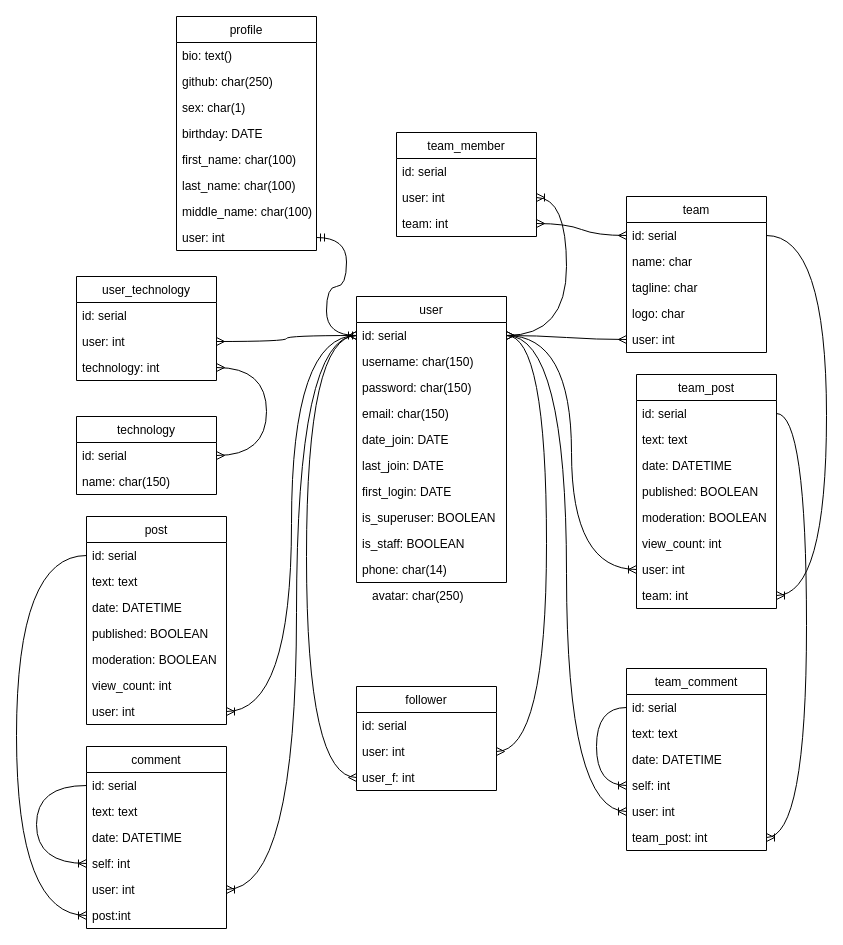
Above: Diagrams/databasediagram.drawio in tonyglaz/mini_social_network_on_django (draw.io), before the change. Source tidied: cells renumbered, new cells numbered last; positions are measured from the earlier drawing's top-left corner, leaving out a move shared by most shapes. Both pictures are drawn from the tidied source at 100%, with x=0, y=0 at pixel (16, 16).
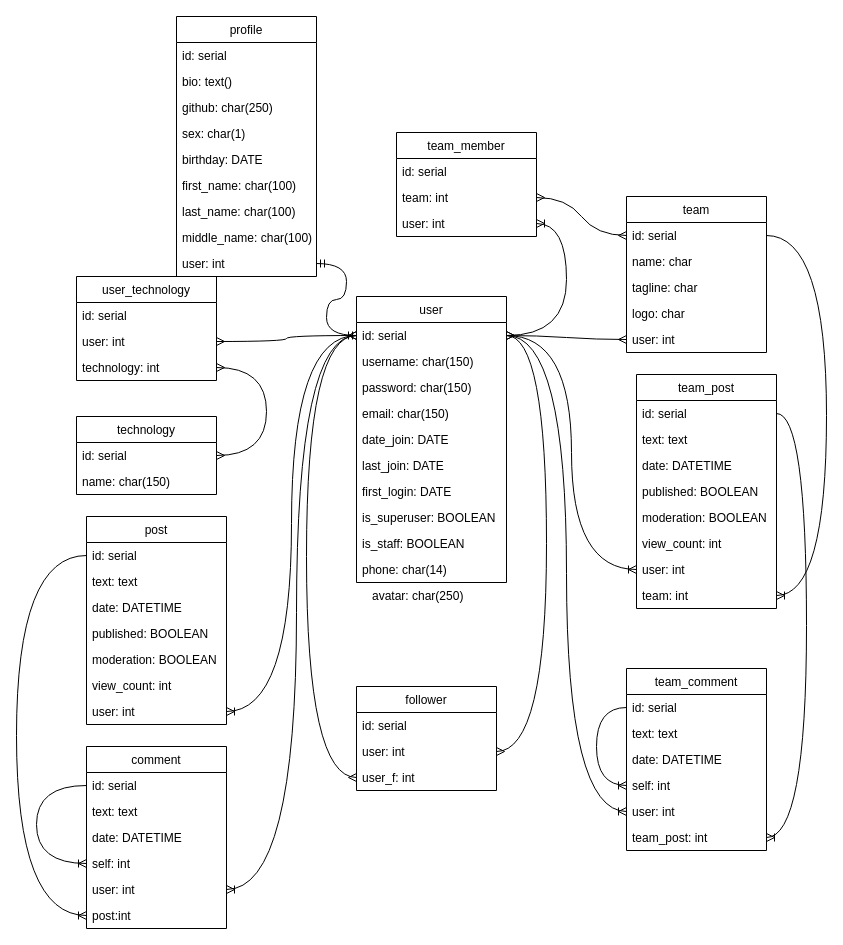
Above is the later version.

The change refers to these unchanged cells:
```xml
<mxCell id="35" value="team_member" style="swimlane;fontStyle=0;horizontal=1;startSize=26;fillColor=none;" parent="1" vertex="1">
  <mxGeometry x="380" y="116" width="140" height="104" as="geometry" />
</mxCell>
```

What changed in the source:
```diff
@@
     <mxCell id="13" value="profile" style="swimlane;fontStyle=0;horizontal=1;startSize=26;fillColor=none;" parent="1" vertex="1">
-      <mxGeometry x="160" width="140" height="234" as="geometry" />
+      <mxGeometry x="160" width="140" height="260" as="geometry" />
     </mxCell>
+    <mxCell id="92" value="id: serial" style="text;strokeColor=none;fillColor=none;align=left;verticalAlign=top;spacingLeft=4;spacingRight=4;overflow=hidden;" parent="13" vertex="1">
+      <mxGeometry y="26" width="140" height="26" as="geometry" />
+    </mxCell>
     <mxCell id="14" value="bio: text()" style="text;strokeColor=none;fillColor=none;align=left;verticalAlign=top;spacingLeft=4;spacingRight=4;overflow=hidden;" parent="13" vertex="1">
-      <mxGeometry y="26" width="140" height="26" as="geometry" />
+      <mxGeometry y="52" width="140" height="26" as="geometry" />
     </mxCell>
     <mxCell id="15" value="github: char(250)" style="text;strokeColor=none;fillColor=none;align=left;verticalAlign=top;spacingLeft=4;spacingRight=4;overflow=hidden;" parent="13" vertex="1">
-      <mxGeometry y="52" width="140" height="26" as="geometry" />
+      <mxGeometry y="78" width="140" height="26" as="geometry" />
     </mxCell>
     <mxCell id="16" value="sex: char(1)" style="text;strokeColor=none;fillColor=none;align=left;verticalAlign=top;spacingLeft=4;spacingRight=4;overflow=hidden;" parent="13" vertex="1">
-      <mxGeometry y="78" width="140" height="26" as="geometry" />
+      <mxGeometry y="104" width="140" height="26" as="geometry" />
     </mxCell>
     <mxCell id="17" value="birthday: DATE" style="text;strokeColor=none;fillColor=none;align=left;verticalAlign=top;spacingLeft=4;spacingRight=4;overflow=hidden;" parent="13" vertex="1">
-      <mxGeometry y="104" width="140" height="26" as="geometry" />
+      <mxGeometry y="130" width="140" height="26" as="geometry" />
     </mxCell>
     <mxCell id="18" value="first_name: char(100)" style="text;strokeColor=none;fillColor=none;align=left;verticalAlign=top;spacingLeft=4;spacingRight=4;overflow=hidden;" parent="13" vertex="1">
-      <mxGeometry y="130" width="140" height="26" as="geometry" />
+      <mxGeometry y="156" width="140" height="26" as="geometry" />
     </mxCell>
     <mxCell id="19" value="last_name: char(100)" style="text;strokeColor=none;fillColor=none;align=left;verticalAlign=top;spacingLeft=4;spacingRight=4;overflow=hidden;" parent="13" vertex="1">
-      <mxGeometry y="156" width="140" height="26" as="geometry" />
+      <mxGeometry y="182" width="140" height="26" as="geometry" />
     </mxCell>
     <mxCell id="20" value="middle_name: char(100)" style="text;strokeColor=none;fillColor=none;align=left;verticalAlign=top;spacingLeft=4;spacingRight=4;overflow=hidden;" parent="13" vertex="1">
-      <mxGeometry y="182" width="140" height="26" as="geometry" />
+      <mxGeometry y="208" width="140" height="26" as="geometry" />
     </mxCell>
     <mxCell id="21" value="user: int" style="text;strokeColor=none;fillColor=none;align=left;verticalAlign=top;spacingLeft=4;spacingRight=4;overflow=hidden;points=[[0,0.5],[1,0.5]];portConstraint=eastwest;" parent="13" vertex="1">
-      <mxGeometry y="208" width="140" height="26" as="geometry" />
+      <mxGeometry y="234" width="140" height="26" as="geometry" />
     </mxCell>
@@
+    <mxCell id="38" value="team: int" style="text;strokeColor=none;fillColor=none;align=left;verticalAlign=top;spacingLeft=4;spacingRight=4;overflow=hidden;points=[[0,0.5],[1,0.5]];portConstraint=eastwest;" parent="35" vertex="1">
+      <mxGeometry y="52" width="140" height="26" as="geometry" />
+    </mxCell>
     <mxCell id="37" value="user: int" style="text;strokeColor=none;fillColor=none;align=left;verticalAlign=top;spacingLeft=4;spacingRight=4;overflow=hidden;points=[[0,0.5],[1,0.5]];portConstraint=eastwest;" parent="35" vertex="1">
-      <mxGeometry y="52" width="140" height="26" as="geometry" />
+      <mxGeometry y="78" width="140" height="26" as="geometry" />
     </mxCell>
-    <mxCell id="38" value="team: int" style="text;strokeColor=none;fillColor=none;align=left;verticalAlign=top;spacingLeft=4;spacingRight=4;overflow=hidden;points=[[0,0.5],[1,0.5]];portConstraint=eastwest;" parent="35" vertex="1">
-      <mxGeometry y="78" width="140" height="26" as="geometry" />
-    </mxCell>
```
